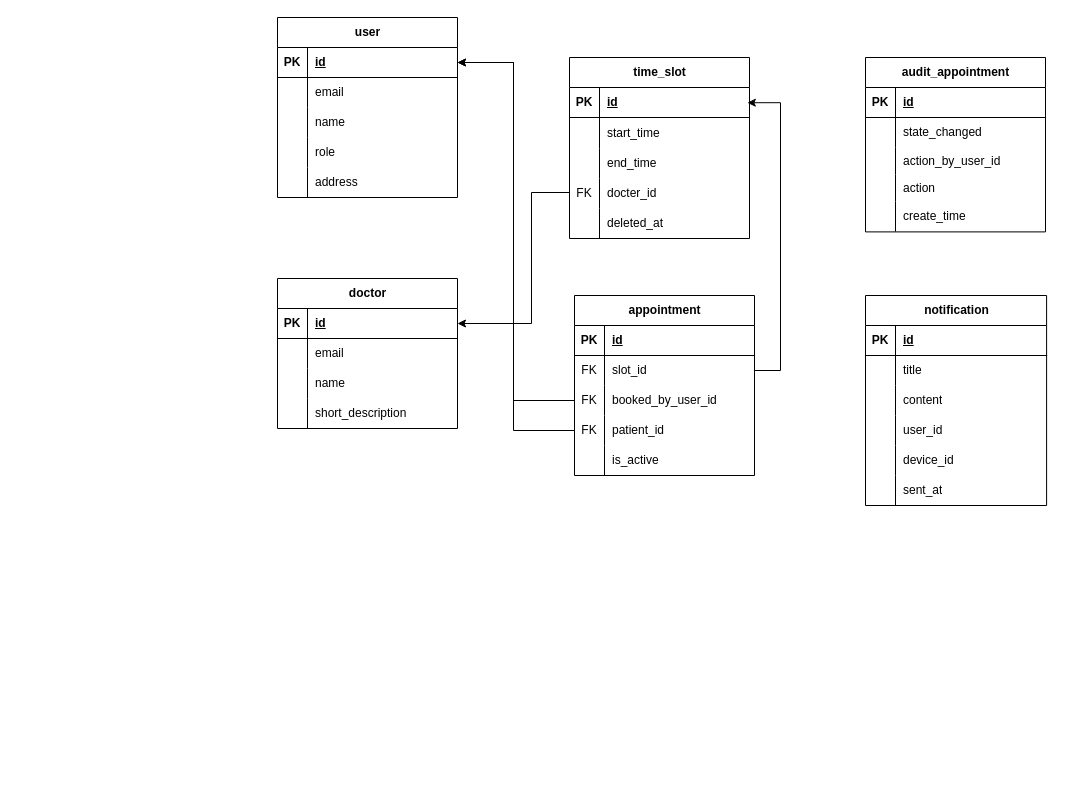
Before: page "ERD" (2 of 3) of projects/clinic_appointment_system/Untitled Diagram.drawio in Nhinlee/system-design-practice, a draw.io diagram. Source tidied: cells renumbered, new cells numbered last; positions are measured from the earlier drawing's top-left corner, leaving out a move shared by most shapes. Both pictures are drawn from the tidied source at 100%, with x=0, y=0 at pixel (277, 17).
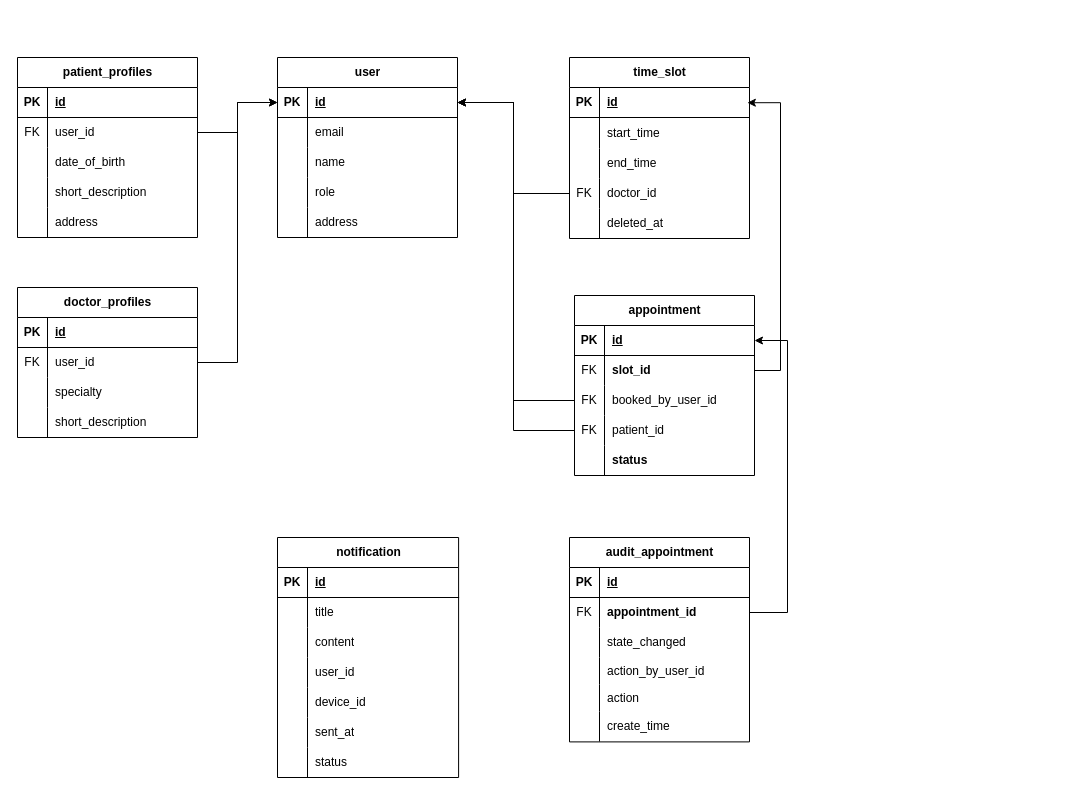
Above is the later version.

The change refers to these unchanged cells:
```xml
<mxCell id="3" style="shape=tableRow;horizontal=0;startSize=0;swimlaneHead=0;swimlaneBody=0;fillColor=none;points=[[0,0.5],[1,0.5]];portConstraint=eastwest;top=0;left=0;right=0;bottom=1;" parent="2" vertex="1">
  <mxGeometry y="30" width="180" height="30" as="geometry" />
</mxCell>
<mxCell id="28" style="shape=tableRow;horizontal=0;startSize=0;swimlaneHead=0;swimlaneBody=0;fillColor=none;points=[[0,0.5],[1,0.5]];portConstraint=eastwest;top=0;left=0;right=0;bottom=0;" parent="18" vertex="1">
  <mxGeometry y="121" width="180" height="30" as="geometry" />
</mxCell>
<mxCell id="35" style="shape=tableRow;horizontal=0;startSize=0;swimlaneHead=0;swimlaneBody=0;fillColor=none;points=[[0,0.5],[1,0.5]];portConstraint=eastwest;top=0;left=0;right=0;bottom=1;" parent="34" vertex="1">
  <mxGeometry y="30" width="180" height="30" as="geometry" />
</mxCell>
<mxCell id="38" style="shape=tableRow;horizontal=0;startSize=0;swimlaneHead=0;swimlaneBody=0;fillColor=none;points=[[0,0.5],[1,0.5]];portConstraint=eastwest;top=0;left=0;right=0;bottom=0;" parent="34" vertex="1">
  <mxGeometry y="60" width="180" height="30" as="geometry" />
</mxCell>
<mxCell id="41" style="shape=tableRow;horizontal=0;startSize=0;swimlaneHead=0;swimlaneBody=0;fillColor=none;points=[[0,0.5],[1,0.5]];portConstraint=eastwest;top=0;left=0;right=0;bottom=0;" parent="34" vertex="1">
  <mxGeometry y="90" width="180" height="30" as="geometry" />
</mxCell>
<mxCell id="44" style="shape=tableRow;horizontal=0;startSize=0;swimlaneHead=0;swimlaneBody=0;fillColor=none;points=[[0,0.5],[1,0.5]];portConstraint=eastwest;top=0;left=0;right=0;bottom=0;" parent="34" vertex="1">
  <mxGeometry y="120" width="180" height="30" as="geometry" />
</mxCell>
<mxCell id="47" style="shape=tableRow;horizontal=0;startSize=0;swimlaneHead=0;swimlaneBody=0;fillColor=none;top=0;left=0;right=0;bottom=0;" parent="34" vertex="1">
  <mxGeometry y="150" width="180" height="30" as="geometry" />
</mxCell>
<mxCell id="71" style="shape=tableRow;horizontal=0;startSize=0;swimlaneHead=0;swimlaneBody=0;fillColor=none;points=[[0,0.5],[1,0.5]];portConstraint=eastwest;top=0;left=0;right=0;bottom=0;" parent="67" vertex="1">
  <mxGeometry y="60" width="180" height="30" as="geometry" />
</mxCell>
```

What changed in the source:
```diff
@@
     <mxCell id="2" value="user" style="shape=table;startSize=30;childLayout=tableLayout;rowLines=0;fontStyle=1;align=center;html=1;" parent="1" vertex="1">
-      <mxGeometry width="180" height="180" as="geometry" />
+      <mxGeometry y="40" width="180" height="180" as="geometry" />
     </mxCell>
@@
-    <mxCell id="30" value="docter_id" style="shape=partialRectangle;fillColor=none;top=0;left=0;bottom=0;right=0;align=left;spacingLeft=6;overflow=hidden;whiteSpace=wrap;html=1;" parent="28" vertex="1">
+    <mxCell id="30" value="doctor_id" style="shape=partialRectangle;fillColor=none;top=0;left=0;bottom=0;right=0;align=left;spacingLeft=6;overflow=hidden;whiteSpace=wrap;html=1;" parent="28" vertex="1">
       <mxGeometry x="30" width="150" height="30" as="geometry" />
     </mxCell>
@@
-    <mxCell id="40" value="slot_id" style="shape=partialRectangle;fillColor=none;top=0;left=0;bottom=0;right=0;align=left;spacingLeft=6;overflow=hidden;whiteSpace=wrap;html=1;" parent="38" vertex="1">
+    <mxCell id="40" value="slot_id" style="shape=partialRectangle;fillColor=none;top=0;left=0;bottom=0;right=0;align=left;spacingLeft=6;overflow=hidden;whiteSpace=wrap;html=1;fontStyle=1;" parent="38" vertex="1">
       <mxGeometry x="30" width="150" height="30" as="geometry" />
     </mxCell>
@@
-    <mxCell id="49" value="is_active" style="shape=partialRectangle;fillColor=none;top=0;left=0;bottom=0;right=0;align=left;spacingLeft=6;overflow=hidden;whiteSpace=wrap;html=1;" parent="47" vertex="1">
+    <mxCell id="49" value="status" style="shape=partialRectangle;fillColor=none;top=0;left=0;bottom=0;right=0;align=left;spacingLeft=6;overflow=hidden;whiteSpace=wrap;html=1;fontStyle=1;" parent="47" vertex="1">
       <mxGeometry x="30" width="150" height="30" as="geometry" />
     </mxCell>
     <mxCell id="50" style="edgeStyle=orthogonalEdgeStyle;rounded=0;jettySize=auto;html=1;entryX=1;entryY=0.5;entryDx=0;entryDy=0;" parent="1" edge="1" source="44" target="3">
       <mxGeometry relative="1" as="geometry">
         <Array as="points">
           <mxPoint x="236" y="413" />
-          <mxPoint x="236" y="45" />
+          <mxPoint x="236" y="85" />
         </Array>
       </mxGeometry>
     </mxCell>
     <mxCell id="51" style="edgeStyle=orthogonalEdgeStyle;rounded=0;jettySize=auto;html=1;entryX=1;entryY=0.5;entryDx=0;entryDy=0;" parent="1" edge="1" source="41" target="3">
       <mxGeometry relative="1" as="geometry">
         <Array as="points">
           <mxPoint x="236" y="383" />
-          <mxPoint x="236" y="45" />
+          <mxPoint x="236" y="85" />
         </Array>
       </mxGeometry>
     </mxCell>
@@
-    <mxCell id="53" value="doctor" style="shape=table;startSize=30;childLayout=tableLayout;rowLines=0;fontStyle=1;align=center;html=1;" parent="1" vertex="1">
-      <mxGeometry y="261" width="180" height="150" as="geometry" />
-    </mxCell>
-    <mxCell id="54" style="shape=tableRow;horizontal=0;startSize=0;swimlaneHead=0;swimlaneBody=0;fillColor=none;points=[[0,0.5],[1,0.5]];portConstraint=eastwest;top=0;left=0;right=0;bottom=1;" parent="53" vertex="1">
-      <mxGeometry y="30" width="180" height="30" as="geometry" />
-    </mxCell>
-    <mxCell id="55" value="PK" style="shape=partialRectangle;fillColor=none;top=0;left=0;bottom=0;right=0;fontStyle=1;overflow=hidden;whiteSpace=wrap;html=1;" parent="54" vertex="1">
-      <mxGeometry width="30" height="30" as="geometry" />
-    </mxCell>
-    <mxCell id="56" value="id" style="shape=partialRectangle;fillColor=none;top=0;left=0;bottom=0;right=0;align=left;spacingLeft=6;fontStyle=5;overflow=hidden;whiteSpace=wrap;html=1;" parent="54" vertex="1">
-      <mxGeometry x="30" width="150" height="30" as="geometry" />
-    </mxCell>
-    <mxCell id="57" style="shape=tableRow;horizontal=0;startSize=0;swimlaneHead=0;swimlaneBody=0;fillColor=none;top=0;left=0;right=0;bottom=0;" parent="53" vertex="1">
-      <mxGeometry y="60" width="180" height="30" as="geometry" />
-    </mxCell>
-    <mxCell id="58" style="shape=partialRectangle;fillColor=none;top=0;left=0;bottom=0;right=0;overflow=hidden;whiteSpace=wrap;html=1;" parent="57" vertex="1">
-      <mxGeometry width="30" height="30" as="geometry" />
-    </mxCell>
-    <mxCell id="59" value="email" style="shape=partialRectangle;fillColor=none;top=0;left=0;bottom=0;right=0;align=left;spacingLeft=6;overflow=hidden;whiteSpace=wrap;html=1;" parent="57" vertex="1">
-      <mxGeometry x="30" width="150" height="30" as="geometry" />
-    </mxCell>
-    <mxCell id="60" style="shape=tableRow;horizontal=0;startSize=0;swimlaneHead=0;swimlaneBody=0;fillColor=none;top=0;left=0;right=0;bottom=0;" parent="53" vertex="1">
-      <mxGeometry y="90" width="180" height="30" as="geometry" />
-    </mxCell>
-    <mxCell id="61" style="shape=partialRectangle;fillColor=none;top=0;left=0;bottom=0;right=0;overflow=hidden;whiteSpace=wrap;html=1;" parent="60" vertex="1">
-      <mxGeometry width="30" height="30" as="geometry" />
-    </mxCell>
-    <mxCell id="62" value="name" style="shape=partialRectangle;fillColor=none;top=0;left=0;bottom=0;right=0;align=left;spacingLeft=6;overflow=hidden;whiteSpace=wrap;html=1;" parent="60" vertex="1">
-      <mxGeometry x="30" width="150" height="30" as="geometry" />
-    </mxCell>
-    <mxCell id="63" style="shape=tableRow;horizontal=0;startSize=0;swimlaneHead=0;swimlaneBody=0;fillColor=none;top=0;left=0;right=0;bottom=0;" parent="53" vertex="1">
-      <mxGeometry y="120" width="180" height="30" as="geometry" />
-    </mxCell>
-    <mxCell id="64" style="shape=partialRectangle;fillColor=none;top=0;left=0;bottom=0;right=0;overflow=hidden;whiteSpace=wrap;html=1;" parent="63" vertex="1">
-      <mxGeometry width="30" height="30" as="geometry" />
-    </mxCell>
-    <mxCell id="65" value="short_description" style="shape=partialRectangle;fillColor=none;top=0;left=0;bottom=0;right=0;align=left;spacingLeft=6;overflow=hidden;whiteSpace=wrap;html=1;" parent="63" vertex="1">
-      <mxGeometry x="30" width="150" height="30" as="geometry" />
-    </mxCell>
-    <mxCell id="66" style="edgeStyle=orthogonalEdgeStyle;rounded=0;jettySize=auto;html=1;" parent="1" edge="1" source="28" target="54">
-      <mxGeometry relative="1" as="geometry">
-        <Array as="points">
-          <mxPoint x="254" y="175" />
-          <mxPoint x="254" y="306" />
-        </Array>
-      </mxGeometry>
-    </mxCell>
     <mxCell id="67" value="audit_appointment" style="shape=table;startSize=30;childLayout=tableLayout;rowLines=0;fontStyle=1;align=center;html=1;" parent="1" vertex="1">
-      <mxGeometry x="588" y="40" width="180" height="174.4" as="geometry" />
+      <mxGeometry x="292" y="520" width="180" height="204.4" as="geometry" />
     </mxCell>
@@
-    <mxCell id="72" style="shape=partialRectangle;fillColor=none;top=0;left=0;bottom=0;right=0;overflow=hidden;whiteSpace=wrap;html=1;" parent="71" vertex="1">
+    <mxCell id="72" value="FK" style="shape=partialRectangle;fillColor=none;top=0;left=0;bottom=0;right=0;overflow=hidden;whiteSpace=wrap;html=1;" parent="71" vertex="1">
       <mxGeometry width="30" height="30" as="geometry" />
     </mxCell>
-    <mxCell id="73" value="state_changed" style="shape=partialRectangle;fillColor=none;top=0;left=0;bottom=0;right=0;align=left;spacingLeft=6;overflow=hidden;whiteSpace=wrap;html=1;" parent="71" vertex="1">
+    <mxCell id="73" value="&lt;b&gt;appointment_id&lt;/b&gt;" style="shape=partialRectangle;fillColor=none;top=0;left=0;bottom=0;right=0;align=left;spacingLeft=6;overflow=hidden;whiteSpace=wrap;html=1;" parent="71" vertex="1">
       <mxGeometry x="30" width="150" height="30" as="geometry" />
     </mxCell>
+    <mxCell id="102" style="shape=tableRow;horizontal=0;startSize=0;swimlaneHead=0;swimlaneBody=0;fillColor=none;top=0;left=0;right=0;bottom=0;" parent="67" vertex="1">
+      <mxGeometry y="90" width="180" height="30" as="geometry" />
+    </mxCell>
+    <mxCell id="103" style="shape=partialRectangle;fillColor=none;top=0;left=0;bottom=0;right=0;overflow=hidden;whiteSpace=wrap;html=1;" parent="102" vertex="1">
+      <mxGeometry width="30" height="30" as="geometry" />
+    </mxCell>
+    <mxCell id="104" value="state_changed" style="shape=partialRectangle;fillColor=none;top=0;left=0;bottom=0;right=0;align=left;spacingLeft=6;overflow=hidden;whiteSpace=wrap;html=1;" parent="102" vertex="1">
+      <mxGeometry x="30" width="150" height="30" as="geometry" />
+    </mxCell>
     <mxCell id="74" style="shape=tableRow;horizontal=0;startSize=0;swimlaneHead=0;swimlaneBody=0;fillColor=none;top=0;left=0;right=0;bottom=0;" parent="67" vertex="1">
-      <mxGeometry y="90" width="180" height="27" as="geometry" />
+      <mxGeometry y="120" width="180" height="27" as="geometry" />
     </mxCell>
@@
     <mxCell id="77" style="shape=tableRow;horizontal=0;startSize=0;swimlaneHead=0;swimlaneBody=0;fillColor=none;top=0;left=0;right=0;bottom=0;" parent="67" vertex="1">
-      <mxGeometry y="117" width="180" height="27" as="geometry" />
+      <mxGeometry y="147" width="180" height="27" as="geometry" />
     </mxCell>
@@
     <mxCell id="80" style="shape=tableRow;horizontal=0;startSize=0;swimlaneHead=0;swimlaneBody=0;fillColor=none;top=0;left=0;right=0;bottom=0;" parent="67" vertex="1">
-      <mxGeometry y="144" width="180" height="30" as="geometry" />
+      <mxGeometry y="174" width="180" height="30" as="geometry" />
     </mxCell>
@@
     <mxCell id="83" value="notification" style="shape=table;startSize=30;childLayout=tableLayout;rowLines=0;fontStyle=1;align=center;html=1;" parent="1" vertex="1">
-      <mxGeometry x="588" y="278" width="181.1" height="210" as="geometry" />
+      <mxGeometry y="520" width="181.1" height="240" as="geometry" />
     </mxCell>
@@
+    <mxCell id="105" style="shape=tableRow;horizontal=0;startSize=0;swimlaneHead=0;swimlaneBody=0;fillColor=none;top=0;left=0;right=0;bottom=0;" parent="83" vertex="1">
+      <mxGeometry y="180" width="181.1" height="30" as="geometry" />
+    </mxCell>
+    <mxCell id="106" style="shape=partialRectangle;fillColor=none;top=0;left=0;bottom=0;right=0;overflow=hidden;whiteSpace=wrap;html=1;" parent="105" vertex="1">
+      <mxGeometry width="30" height="30" as="geometry" />
+    </mxCell>
+    <mxCell id="107" value="sent_at" style="shape=partialRectangle;fillColor=none;top=0;left=0;bottom=0;right=0;align=left;spacingLeft=6;overflow=hidden;whiteSpace=wrap;html=1;" parent="105" vertex="1">
+      <mxGeometry x="30" width="151.1" height="30" as="geometry" />
+    </mxCell>
     <mxCell id="99" style="shape=tableRow;horizontal=0;startSize=0;swimlaneHead=0;swimlaneBody=0;fillColor=none;top=0;left=0;right=0;bottom=0;" parent="83" vertex="1">
-      <mxGeometry y="180" width="181.1" height="30" as="geometry" />
+      <mxGeometry y="210" width="181.1" height="30" as="geometry" />
     </mxCell>
@@
-    <mxCell id="101" value="sent_at" style="shape=partialRectangle;fillColor=none;top=0;left=0;bottom=0;right=0;align=left;spacingLeft=6;overflow=hidden;whiteSpace=wrap;html=1;" parent="99" vertex="1">
+    <mxCell id="101" value="status" style="shape=partialRectangle;fillColor=none;top=0;left=0;bottom=0;right=0;align=left;spacingLeft=6;overflow=hidden;whiteSpace=wrap;html=1;" parent="99" vertex="1">
       <mxGeometry x="30" width="151.1" height="30" as="geometry" />
     </mxCell>
+    <mxCell id="108" style="edgeStyle=orthogonalEdgeStyle;rounded=0;jettySize=auto;html=1;entryX=1;entryY=0.5;entryDx=0;entryDy=0;" parent="1" edge="1" source="28" target="3">
+      <mxGeometry relative="1" as="geometry" />
+    </mxCell>
+    <mxCell id="109" value="patient_profiles" style="shape=table;startSize=30;childLayout=tableLayout;rowLines=0;fontStyle=1;align=center;html=1;" parent="1" vertex="1">
+      <mxGeometry x="-260" y="40" width="180" height="180" as="geometry" />
+    </mxCell>
+    <mxCell id="110" style="shape=tableRow;horizontal=0;startSize=0;swimlaneHead=0;swimlaneBody=0;fillColor=none;top=0;left=0;right=0;bottom=1;" parent="109" vertex="1">
+      <mxGeometry y="30" width="180" height="30" as="geometry" />
+    </mxCell>
+    <mxCell id="111" value="PK" style="shape=partialRectangle;fillColor=none;top=0;left=0;bottom=0;right=0;fontStyle=1;overflow=hidden;whiteSpace=wrap;html=1;" parent="110" vertex="1">
+      <mxGeometry width="30" height="30" as="geometry" />
+    </mxCell>
+    <mxCell id="112" value="id" style="shape=partialRectangle;fillColor=none;top=0;left=0;bottom=0;right=0;align=left;spacingLeft=6;fontStyle=5;overflow=hidden;whiteSpace=wrap;html=1;" parent="110" vertex="1">
+      <mxGeometry x="30" width="150" height="30" as="geometry" />
+    </mxCell>
+    <mxCell id="113" style="shape=tableRow;horizontal=0;startSize=0;swimlaneHead=0;swimlaneBody=0;fillColor=none;points=[[0,0.5],[1,0.5]];portConstraint=eastwest;top=0;left=0;right=0;bottom=0;" parent="109" vertex="1">
+      <mxGeometry y="60" width="180" height="30" as="geometry" />
+    </mxCell>
+    <mxCell id="114" value="FK" style="shape=partialRectangle;fillColor=none;top=0;left=0;bottom=0;right=0;overflow=hidden;whiteSpace=wrap;html=1;" parent="113" vertex="1">
+      <mxGeometry width="30" height="30" as="geometry" />
+    </mxCell>
+    <mxCell id="115" value="user_id" style="shape=partialRectangle;fillColor=none;top=0;left=0;bottom=0;right=0;align=left;spacingLeft=6;overflow=hidden;whiteSpace=wrap;html=1;" parent="113" vertex="1">
+      <mxGeometry x="30" width="150" height="30" as="geometry" />
+    </mxCell>
+    <mxCell id="116" style="shape=tableRow;horizontal=0;startSize=0;swimlaneHead=0;swimlaneBody=0;fillColor=none;top=0;left=0;right=0;bottom=0;" parent="109" vertex="1">
+      <mxGeometry y="90" width="180" height="30" as="geometry" />
+    </mxCell>
+    <mxCell id="117" style="shape=partialRectangle;fillColor=none;top=0;left=0;bottom=0;right=0;overflow=hidden;whiteSpace=wrap;html=1;" parent="116" vertex="1">
+      <mxGeometry width="30" height="30" as="geometry" />
+    </mxCell>
+    <mxCell id="118" value="date_of_birth" style="shape=partialRectangle;fillColor=none;top=0;left=0;bottom=0;right=0;align=left;spacingLeft=6;overflow=hidden;whiteSpace=wrap;html=1;" parent="116" vertex="1">
+      <mxGeometry x="30" width="150" height="30" as="geometry" />
+    </mxCell>
+    <mxCell id="119" style="shape=tableRow;horizontal=0;startSize=0;swimlaneHead=0;swimlaneBody=0;fillColor=none;top=0;left=0;right=0;bottom=0;" parent="109" vertex="1">
+      <mxGeometry y="120" width="180" height="30" as="geometry" />
+    </mxCell>
+    <mxCell id="120" style="shape=partialRectangle;fillColor=none;top=0;left=0;bottom=0;right=0;overflow=hidden;whiteSpace=wrap;html=1;" parent="119" vertex="1">
+      <mxGeometry width="30" height="30" as="geometry" />
+    </mxCell>
+    <mxCell id="121" value="short_description" style="shape=partialRectangle;fillColor=none;top=0;left=0;bottom=0;right=0;align=left;spacingLeft=6;overflow=hidden;whiteSpace=wrap;html=1;" parent="119" vertex="1">
+      <mxGeometry x="30" width="150" height="30" as="geometry" />
+    </mxCell>
+    <mxCell id="122" style="shape=tableRow;horizontal=0;startSize=0;swimlaneHead=0;swimlaneBody=0;fillColor=none;top=0;left=0;right=0;bottom=0;" parent="109" vertex="1">
+      <mxGeometry y="150" width="180" height="30" as="geometry" />
+    </mxCell>
+    <mxCell id="123" style="shape=partialRectangle;fillColor=none;top=0;left=0;bottom=0;right=0;overflow=hidden;whiteSpace=wrap;html=1;" parent="122" vertex="1">
+      <mxGeometry width="30" height="30" as="geometry" />
+    </mxCell>
+    <mxCell id="124" value="address" style="shape=partialRectangle;fillColor=none;top=0;left=0;bottom=0;right=0;align=left;spacingLeft=6;overflow=hidden;whiteSpace=wrap;html=1;" parent="122" vertex="1">
+      <mxGeometry x="30" width="150" height="30" as="geometry" />
+    </mxCell>
+    <mxCell id="125" value="doctor_profiles" style="shape=table;startSize=30;childLayout=tableLayout;rowLines=0;fontStyle=1;align=center;html=1;" parent="1" vertex="1">
+      <mxGeometry x="-260" y="270" width="180" height="150" as="geometry" />
+    </mxCell>
+    <mxCell id="126" style="shape=tableRow;horizontal=0;startSize=0;swimlaneHead=0;swimlaneBody=0;fillColor=none;top=0;left=0;right=0;bottom=1;" parent="125" vertex="1">
+      <mxGeometry y="30" width="180" height="30" as="geometry" />
+    </mxCell>
+    <mxCell id="127" value="PK" style="shape=partialRectangle;fillColor=none;top=0;left=0;bottom=0;right=0;fontStyle=1;overflow=hidden;whiteSpace=wrap;html=1;" parent="126" vertex="1">
+      <mxGeometry width="30" height="30" as="geometry" />
+    </mxCell>
+    <mxCell id="128" value="id" style="shape=partialRectangle;fillColor=none;top=0;left=0;bottom=0;right=0;align=left;spacingLeft=6;fontStyle=5;overflow=hidden;whiteSpace=wrap;html=1;" parent="126" vertex="1">
+      <mxGeometry x="30" width="150" height="30" as="geometry" />
+    </mxCell>
+    <mxCell id="129" style="shape=tableRow;horizontal=0;startSize=0;swimlaneHead=0;swimlaneBody=0;fillColor=none;points=[[0,0.5],[1,0.5]];portConstraint=eastwest;top=0;left=0;right=0;bottom=0;" parent="125" vertex="1">
+      <mxGeometry y="60" width="180" height="30" as="geometry" />
+    </mxCell>
+    <mxCell id="130" value="FK" style="shape=partialRectangle;fillColor=none;top=0;left=0;bottom=0;right=0;overflow=hidden;whiteSpace=wrap;html=1;" parent="129" vertex="1">
+      <mxGeometry width="30" height="30" as="geometry" />
+    </mxCell>
+    <mxCell id="131" value="user_id" style="shape=partialRectangle;fillColor=none;top=0;left=0;bottom=0;right=0;align=left;spacingLeft=6;overflow=hidden;whiteSpace=wrap;html=1;" parent="129" vertex="1">
+      <mxGeometry x="30" width="150" height="30" as="geometry" />
+    </mxCell>
+    <mxCell id="132" style="shape=tableRow;horizontal=0;startSize=0;swimlaneHead=0;swimlaneBody=0;fillColor=none;top=0;left=0;right=0;bottom=0;" parent="125" vertex="1">
+      <mxGeometry y="90" width="180" height="30" as="geometry" />
+    </mxCell>
+    <mxCell id="133" style="shape=partialRectangle;fillColor=none;top=0;left=0;bottom=0;right=0;overflow=hidden;whiteSpace=wrap;html=1;" parent="132" vertex="1">
+      <mxGeometry width="30" height="30" as="geometry" />
+    </mxCell>
+    <mxCell id="134" value="specialty" style="shape=partialRectangle;fillColor=none;top=0;left=0;bottom=0;right=0;align=left;spacingLeft=6;overflow=hidden;whiteSpace=wrap;html=1;" parent="132" vertex="1">
+      <mxGeometry x="30" width="150" height="30" as="geometry" />
+    </mxCell>
+    <mxCell id="135" style="shape=tableRow;horizontal=0;startSize=0;swimlaneHead=0;swimlaneBody=0;fillColor=none;top=0;left=0;right=0;bottom=0;" parent="125" vertex="1">
+      <mxGeometry y="120" width="180" height="30" as="geometry" />
+    </mxCell>
+    <mxCell id="136" style="shape=partialRectangle;fillColor=none;top=0;left=0;bottom=0;right=0;overflow=hidden;whiteSpace=wrap;html=1;" parent="135" vertex="1">
+      <mxGeometry width="30" height="30" as="geometry" />
+    </mxCell>
+    <mxCell id="137" value="short_description" style="shape=partialRectangle;fillColor=none;top=0;left=0;bottom=0;right=0;align=left;spacingLeft=6;overflow=hidden;whiteSpace=wrap;html=1;" parent="135" vertex="1">
+      <mxGeometry x="30" width="150" height="30" as="geometry" />
+    </mxCell>
+    <mxCell id="138" style="edgeStyle=orthogonalEdgeStyle;rounded=0;jettySize=auto;html=1;entryX=0;entryY=0.5;entryDx=0;entryDy=0;" parent="1" edge="1" source="113" target="3">
+      <mxGeometry relative="1" as="geometry" />
+    </mxCell>
+    <mxCell id="139" style="edgeStyle=orthogonalEdgeStyle;rounded=0;jettySize=auto;html=1;entryX=0;entryY=0.5;entryDx=0;entryDy=0;" parent="1" edge="1" source="129" target="3">
+      <mxGeometry relative="1" as="geometry" />
+    </mxCell>
+    <mxCell id="140" style="edgeStyle=orthogonalEdgeStyle;rounded=0;jettySize=auto;html=1;entryX=1;entryY=0.5;entryDx=0;entryDy=0;" parent="1" edge="1" source="71" target="35">
+      <mxGeometry relative="1" as="geometry">
+        <Array as="points">
+          <mxPoint x="510" y="595" />
+          <mxPoint x="510" y="323" />
+        </Array>
+      </mxGeometry>
+    </mxCell>
```
